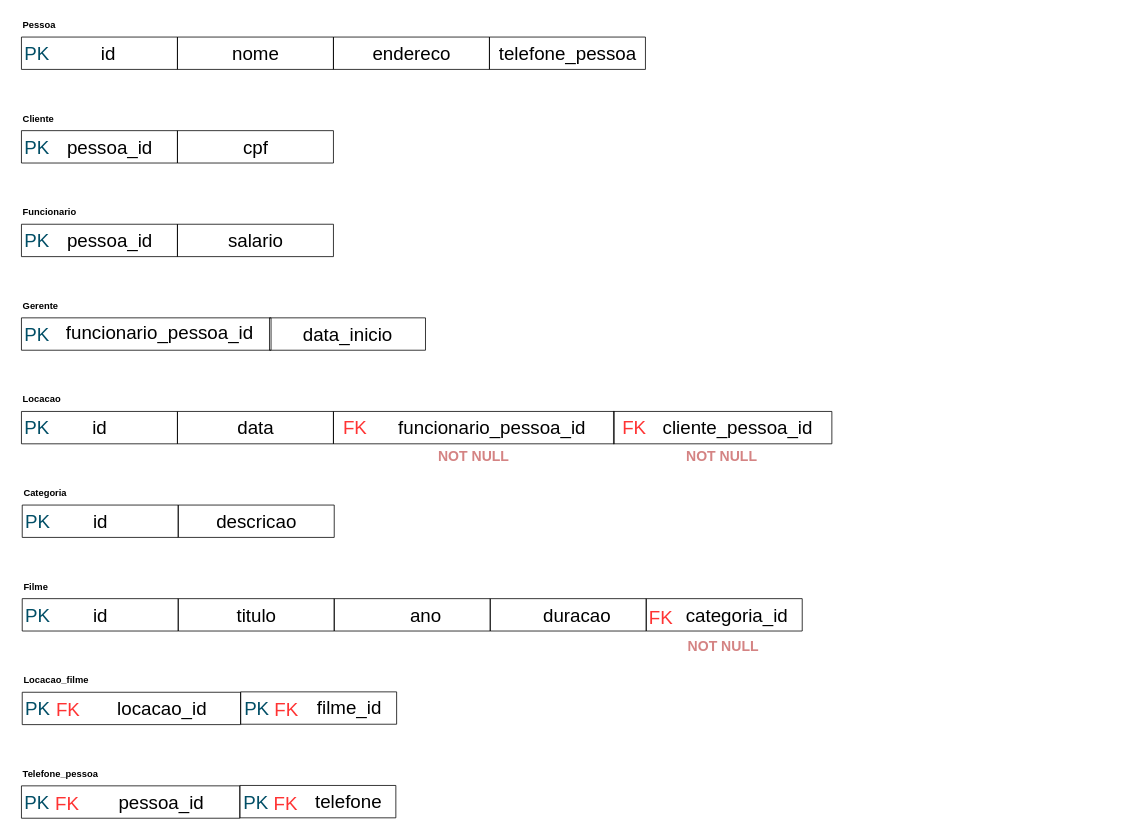
The draw.io diagram LEOBDATV5-2.drawio in Konitch/Diagram, before the edit. Source tidied: cells renumbered, new cells numbered last; positions are measured from the earlier drawing's top-left corner, leaving out a move shared by most shapes. Both pictures are drawn from the tidied source at 78%, with x=0, y=0 at pixel (13, 13).
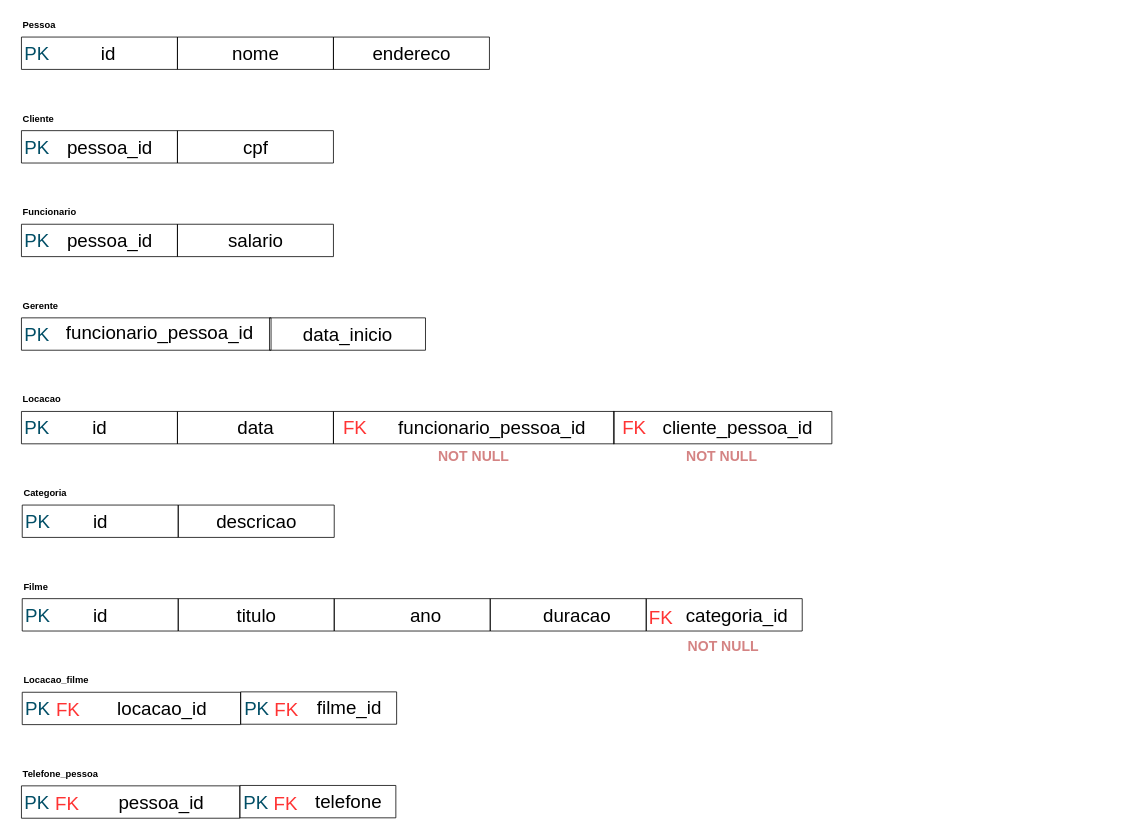
The same diagram, later.

Unchanged cells that the change refers to:
```xml
<mxCell id="35" style="group;" parent="33" vertex="1">
  <mxGeometry y="30" width="1000" height="43" as="geometry" />
</mxCell>
```

Diff of the diagram source:
```diff
@@
-    <mxCell id="46" style="group;" parent="35" vertex="1">
-      <mxGeometry x="600" width="200" height="43" as="geometry" />
-    </mxCell>
-    <mxCell id="47" style="swimlane;startSize=0;" parent="46" vertex="1">
-      <mxGeometry width="200" height="41.5" as="geometry" />
-    </mxCell>
-    <mxCell id="48" value="&lt;font style=&quot;font-size: 24px;&quot;&gt;telefone_pessoa&lt;/font&gt;" style="text;html=1;align=center;verticalAlign=middle;strokeColor=none;fillColor=none;" parent="47" vertex="1">
-      <mxGeometry y="1.5" width="200" height="40" as="geometry" />
-    </mxCell>
```
